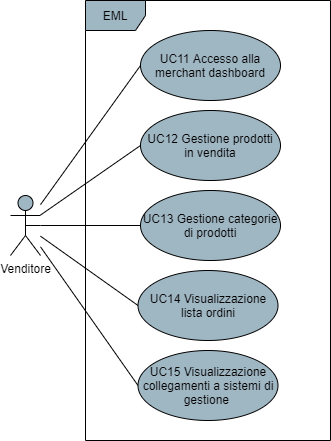
Before: DocumentazioneEsterna/AnalisiDeiRequisiti/res/UseCase/Immagini/MerchantDashboard.png, a diagram exported from draw.io (Omicron-Team/Documentazione). Source tidied: cells renumbered, new cells last; positions are measured from the earlier drawing's top-left corner, leaving out a move shared by most shapes.
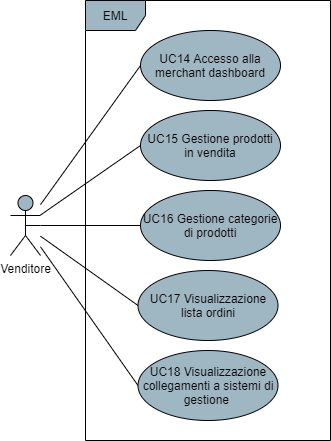
Above is the later version.

The edit, as a diff of the source:
```diff
@@ -20,22 +20,22 @@
     <mxCell id="7" value="EML" style="shape=umlFrame;whiteSpace=wrap;html=1;fillColor=#9FB6C3;" parent="1" vertex="1">
       <mxGeometry x="75" width="245" height="440" as="geometry" />
     </mxCell>
-    <mxCell id="8" value="UC12 Gestione prodotti in vendita" style="ellipse;whiteSpace=wrap;html=1;fillColor=#9FB6C3;" parent="1" vertex="1">
+    <mxCell id="8" value="UC15 Gestione prodotti in vendita" style="ellipse;whiteSpace=wrap;html=1;fillColor=#9FB6C3;" parent="1" vertex="1">
       <mxGeometry x="130" y="110" width="140" height="70" as="geometry" />
     </mxCell>
-    <mxCell id="9" value="UC13 Gestione categorie di prodotti" style="ellipse;whiteSpace=wrap;html=1;fillColor=#9FB6C3;" parent="1" vertex="1">
+    <mxCell id="9" value="UC16 Gestione categorie di prodotti" style="ellipse;whiteSpace=wrap;html=1;fillColor=#9FB6C3;" parent="1" vertex="1">
       <mxGeometry x="130" y="190" width="140" height="70" as="geometry" />
     </mxCell>
-    <mxCell id="10" value="UC14 Visualizzazione lista ordini" style="ellipse;whiteSpace=wrap;html=1;fillColor=#9FB6C3;" parent="1" vertex="1">
+    <mxCell id="10" value="UC17 Visualizzazione lista ordini" style="ellipse;whiteSpace=wrap;html=1;fillColor=#9FB6C3;" parent="1" vertex="1">
       <mxGeometry x="127.5" y="270" width="140" height="70" as="geometry" />
     </mxCell>
-    <mxCell id="11" value="UC15 Visualizzazione collegamenti a sistemi di gestione&amp;nbsp;" style="ellipse;whiteSpace=wrap;html=1;fillColor=#9FB6C3;" parent="1" vertex="1">
+    <mxCell id="11" value="UC18 Visualizzazione collegamenti a sistemi di gestione&amp;nbsp;" style="ellipse;whiteSpace=wrap;html=1;fillColor=#9FB6C3;" parent="1" vertex="1">
       <mxGeometry x="127.5" y="350" width="140" height="70" as="geometry" />
     </mxCell>
     <mxCell id="12" style="edgeStyle=none;rounded=0;orthogonalLoop=1;jettySize=auto;html=1;exitX=0.5;exitY=0.5;exitDx=0;exitDy=0;exitPerimeter=0;startArrow=none;startFill=0;endArrow=none;endFill=0;" parent="1" edge="1" source="6" target="6">
       <mxGeometry relative="1" as="geometry" />
     </mxCell>
-    <mxCell id="13" value="UC11 Accesso alla merchant dashboard" style="ellipse;whiteSpace=wrap;html=1;fillColor=#9FB6C3;" parent="1" vertex="1">
+    <mxCell id="13" value="UC14 Accesso alla merchant dashboard" style="ellipse;whiteSpace=wrap;html=1;fillColor=#9FB6C3;" parent="1" vertex="1">
       <mxGeometry x="130" y="30" width="140" height="70" as="geometry" />
     </mxCell>
     <mxCell id="14" style="rounded=0;jettySize=auto;html=1;entryX=0;entryY=0.5;entryDx=0;entryDy=0;endArrow=none;endFill=0;" parent="1" edge="1" source="6" target="13">
```
